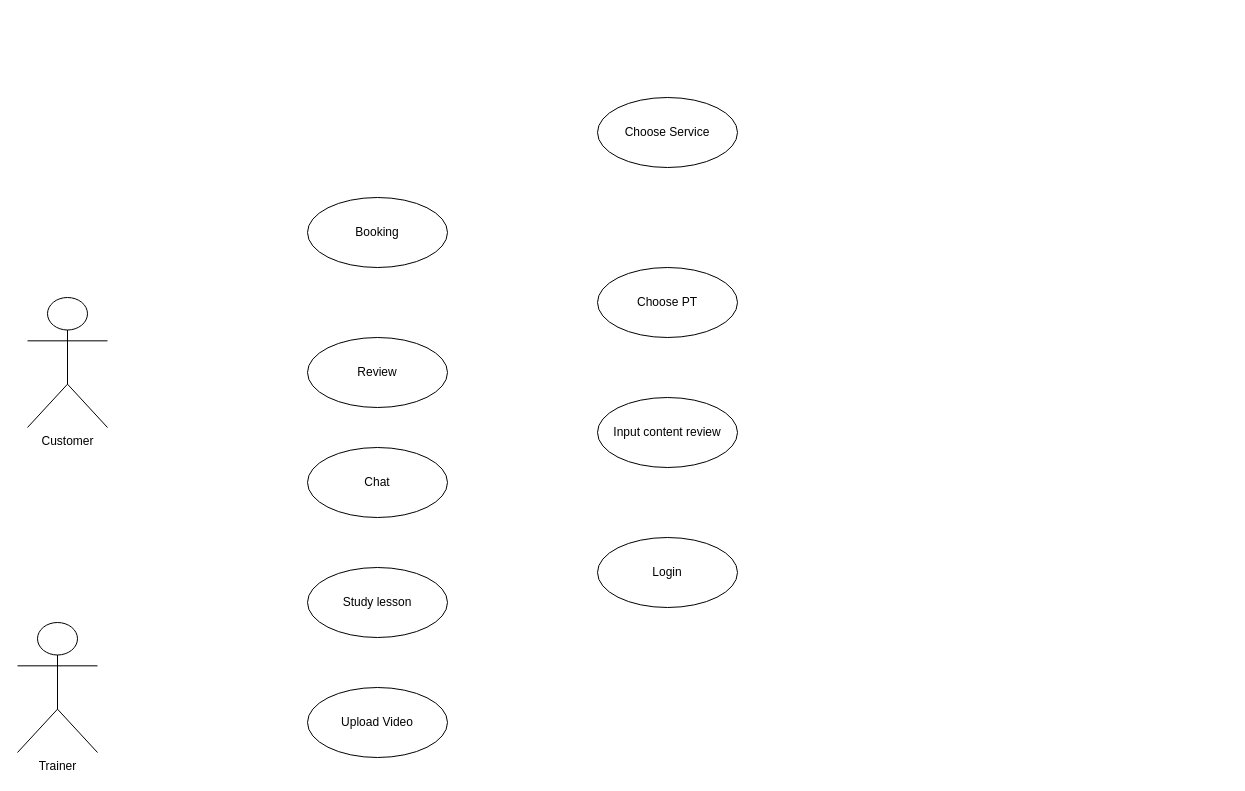
The draw.io diagram Untitled Diagram.drawio in caoquy2000/DBI, before the edit. Source tidied: cells renumbered, new cells numbered last; positions are measured from the earlier drawing's top-left corner, leaving out a move shared by most shapes. Both pictures are drawn from the tidied source at 100%, with x=0, y=0 at pixel (17, 97).
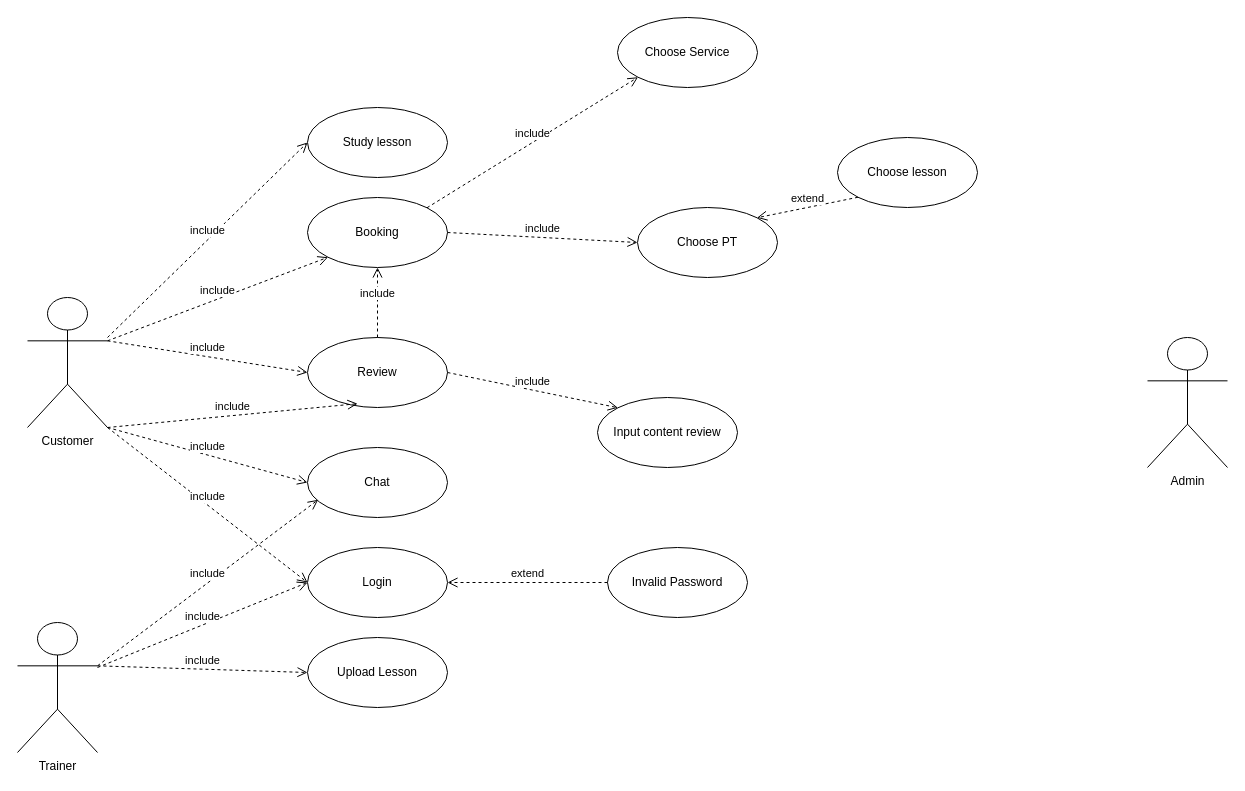
The same diagram, later.

Unchanged cells that the change refers to:
```xml
<mxCell id="2" value="Booking" style="ellipse;whiteSpace=wrap;html=1;" parent="1" vertex="1">
  <mxGeometry x="290" y="100" width="140" height="70" as="geometry" />
</mxCell>
<mxCell id="3" value="Trainer" style="shape=umlActor;verticalLabelPosition=bottom;verticalAlign=top;html=1;" parent="1" vertex="1">
  <mxGeometry y="525" width="80" height="130" as="geometry" />
</mxCell>
<mxCell id="4" value="Review" style="ellipse;whiteSpace=wrap;html=1;" parent="1" vertex="1">
  <mxGeometry x="290" y="240" width="140" height="70" as="geometry" />
</mxCell>
<mxCell id="5" value="Chat" style="ellipse;whiteSpace=wrap;html=1;" parent="1" vertex="1">
  <mxGeometry x="290" y="350" width="140" height="70" as="geometry" />
</mxCell>
<mxCell id="9" value="Customer" style="shape=umlActor;verticalLabelPosition=bottom;verticalAlign=top;html=1;labelPosition=center;align=center;" parent="1" vertex="1">
  <mxGeometry x="10" y="200" width="80" height="130" as="geometry" />
</mxCell>
<mxCell id="12" value="Input content review" style="ellipse;whiteSpace=wrap;html=1;" parent="1" vertex="1">
  <mxGeometry x="580" y="300" width="140" height="70" as="geometry" />
</mxCell>
```

Diff of the diagram source:
```diff
@@
     <mxCell id="6" value="Study lesson" style="ellipse;whiteSpace=wrap;html=1;" parent="1" vertex="1">
-      <mxGeometry x="290" y="470" width="140" height="70" as="geometry" />
+      <mxGeometry x="290" y="10" width="140" height="70" as="geometry" />
     </mxCell>
-    <mxCell id="7" value="Upload Video" style="ellipse;whiteSpace=wrap;html=1;" parent="1" vertex="1">
-      <mxGeometry x="290" y="590" width="140" height="70" as="geometry" />
+    <mxCell id="7" value="Upload Lesson" style="ellipse;whiteSpace=wrap;html=1;" parent="1" vertex="1">
+      <mxGeometry x="290" y="540" width="140" height="70" as="geometry" />
     </mxCell>
     <mxCell id="8" value="Login" style="ellipse;whiteSpace=wrap;html=1;" parent="1" vertex="1">
-      <mxGeometry x="580" y="440" width="140" height="70" as="geometry" />
+      <mxGeometry x="290" y="450" width="140" height="70" as="geometry" />
     </mxCell>
@@
     <mxCell id="10" value="Choose PT" style="ellipse;whiteSpace=wrap;html=1;" parent="1" vertex="1">
-      <mxGeometry x="580" y="170" width="140" height="70" as="geometry" />
+      <mxGeometry x="620" y="110" width="140" height="70" as="geometry" />
     </mxCell>
     <mxCell id="11" value="Choose Service" style="ellipse;whiteSpace=wrap;html=1;" parent="1" vertex="1">
-      <mxGeometry x="580" width="140" height="70" as="geometry" />
+      <mxGeometry x="600" y="-80" width="140" height="70" as="geometry" />
     </mxCell>
@@
+    <mxCell id="13" value="include" style="html=1;verticalAlign=bottom;endArrow=open;dashed=1;endSize=8;entryX=0;entryY=1;entryDx=0;entryDy=0;exitX=1;exitY=0.3333333333333333;exitDx=0;exitDy=0;exitPerimeter=0;" parent="1" edge="1" source="9" target="2">
+      <mxGeometry relative="1" as="geometry" />
+    </mxCell>
+    <mxCell id="14" value="include" style="html=1;verticalAlign=bottom;endArrow=open;dashed=1;endSize=8;entryX=0;entryY=0.5;entryDx=0;entryDy=0;exitX=1;exitY=0.3333333333333333;exitDx=0;exitDy=0;exitPerimeter=0;" parent="1" edge="1" source="9" target="4">
+      <mxGeometry relative="1" as="geometry" />
+    </mxCell>
+    <mxCell id="15" value="include" style="html=1;verticalAlign=bottom;endArrow=open;dashed=1;endSize=8;entryX=0.5;entryY=1;entryDx=0;entryDy=0;exitX=0.5;exitY=0;exitDx=0;exitDy=0;" parent="1" edge="1" source="4" target="2">
+      <mxGeometry relative="1" as="geometry" />
+    </mxCell>
+    <mxCell id="16" value="include" style="html=1;verticalAlign=bottom;endArrow=open;dashed=1;endSize=8;entryX=0;entryY=0.5;entryDx=0;entryDy=0;exitX=1;exitY=0.5;exitDx=0;exitDy=0;" parent="1" edge="1" source="2" target="10">
+      <mxGeometry relative="1" as="geometry" />
+    </mxCell>
+    <mxCell id="17" value="include" style="html=1;verticalAlign=bottom;endArrow=open;dashed=1;endSize=8;entryX=0;entryY=1;entryDx=0;entryDy=0;exitX=1;exitY=0;exitDx=0;exitDy=0;" parent="1" edge="1" source="2" target="11">
+      <mxGeometry relative="1" as="geometry" />
+    </mxCell>
+    <mxCell id="18" value="include" style="html=1;verticalAlign=bottom;endArrow=open;dashed=1;endSize=8;entryX=0;entryY=0;entryDx=0;entryDy=0;exitX=1;exitY=0.5;exitDx=0;exitDy=0;" parent="1" edge="1" source="4" target="12">
+      <mxGeometry relative="1" as="geometry" />
+    </mxCell>
+    <mxCell id="19" value="include" style="html=1;verticalAlign=bottom;endArrow=open;dashed=1;endSize=8;entryX=0;entryY=0.5;entryDx=0;entryDy=0;exitX=1;exitY=1;exitDx=0;exitDy=0;exitPerimeter=0;" parent="1" edge="1" source="9" target="5">
+      <mxGeometry relative="1" as="geometry" />
+    </mxCell>
+    <mxCell id="20" value="include" style="html=1;verticalAlign=bottom;endArrow=open;dashed=1;endSize=8;entryX=0.076;entryY=0.747;entryDx=0;entryDy=0;exitX=1;exitY=0.3333333333333333;exitDx=0;exitDy=0;exitPerimeter=0;entryPerimeter=0;" parent="1" edge="1" source="3" target="5">
+      <mxGeometry relative="1" as="geometry" />
+    </mxCell>
+    <mxCell id="21" value="include" style="html=1;verticalAlign=bottom;endArrow=open;dashed=1;endSize=8;entryX=0;entryY=1;entryDx=0;entryDy=0;exitX=1;exitY=1;exitDx=0;exitDy=0;exitPerimeter=0;" parent="1" edge="1" source="9">
+      <mxGeometry relative="1" as="geometry">
+        <mxPoint x="340.1" y="306.2" as="targetPoint" />
+      </mxGeometry>
+    </mxCell>
+    <mxCell id="22" value="include" style="html=1;verticalAlign=bottom;endArrow=open;dashed=1;endSize=8;entryX=0;entryY=0.5;entryDx=0;entryDy=0;" parent="1" edge="1" target="6">
+      <mxGeometry relative="1" as="geometry">
+        <mxPoint x="90" y="240" as="sourcePoint" />
+      </mxGeometry>
+    </mxCell>
+    <mxCell id="23" value="include" style="html=1;verticalAlign=bottom;endArrow=open;dashed=1;endSize=8;entryX=0;entryY=0.5;entryDx=0;entryDy=0;exitX=1;exitY=0.3333333333333333;exitDx=0;exitDy=0;exitPerimeter=0;" parent="1" edge="1" source="3" target="7">
+      <mxGeometry relative="1" as="geometry" />
+    </mxCell>
+    <mxCell id="24" value="Choose lesson" style="ellipse;whiteSpace=wrap;html=1;" parent="1" vertex="1">
+      <mxGeometry x="820" y="40" width="140" height="70" as="geometry" />
+    </mxCell>
+    <mxCell id="25" value="extend" style="html=1;verticalAlign=bottom;endArrow=open;dashed=1;endSize=8;entryX=1;entryY=0;entryDx=0;entryDy=0;exitX=0;exitY=1;exitDx=0;exitDy=0;" parent="1" edge="1" source="24" target="10">
+      <mxGeometry relative="1" as="geometry" />
+    </mxCell>
+    <mxCell id="26" value="include" style="html=1;verticalAlign=bottom;endArrow=open;dashed=1;endSize=8;entryX=0;entryY=0.5;entryDx=0;entryDy=0;exitX=1;exitY=1;exitDx=0;exitDy=0;exitPerimeter=0;" parent="1" edge="1" source="9" target="8">
+      <mxGeometry relative="1" as="geometry" />
+    </mxCell>
+    <mxCell id="27" value="include" style="html=1;verticalAlign=bottom;endArrow=open;dashed=1;endSize=8;entryX=0;entryY=0.5;entryDx=0;entryDy=0;" parent="1" edge="1" target="8">
+      <mxGeometry relative="1" as="geometry">
+        <mxPoint x="80" y="570" as="sourcePoint" />
+      </mxGeometry>
+    </mxCell>
+    <mxCell id="28" value="Admin" style="shape=umlActor;verticalLabelPosition=bottom;verticalAlign=top;html=1;labelPosition=center;align=center;" parent="1" vertex="1">
+      <mxGeometry x="1130" y="240" width="80" height="130" as="geometry" />
+    </mxCell>
+    <mxCell id="29" value="Invalid Password" style="ellipse;whiteSpace=wrap;html=1;" parent="1" vertex="1">
+      <mxGeometry x="590" y="450" width="140" height="70" as="geometry" />
+    </mxCell>
+    <mxCell id="30" value="extend" style="html=1;verticalAlign=bottom;endArrow=open;dashed=1;endSize=8;entryX=1;entryY=0.5;entryDx=0;entryDy=0;exitX=0;exitY=0.5;exitDx=0;exitDy=0;" parent="1" edge="1" source="29" target="8">
+      <mxGeometry relative="1" as="geometry" />
+    </mxCell>
```
